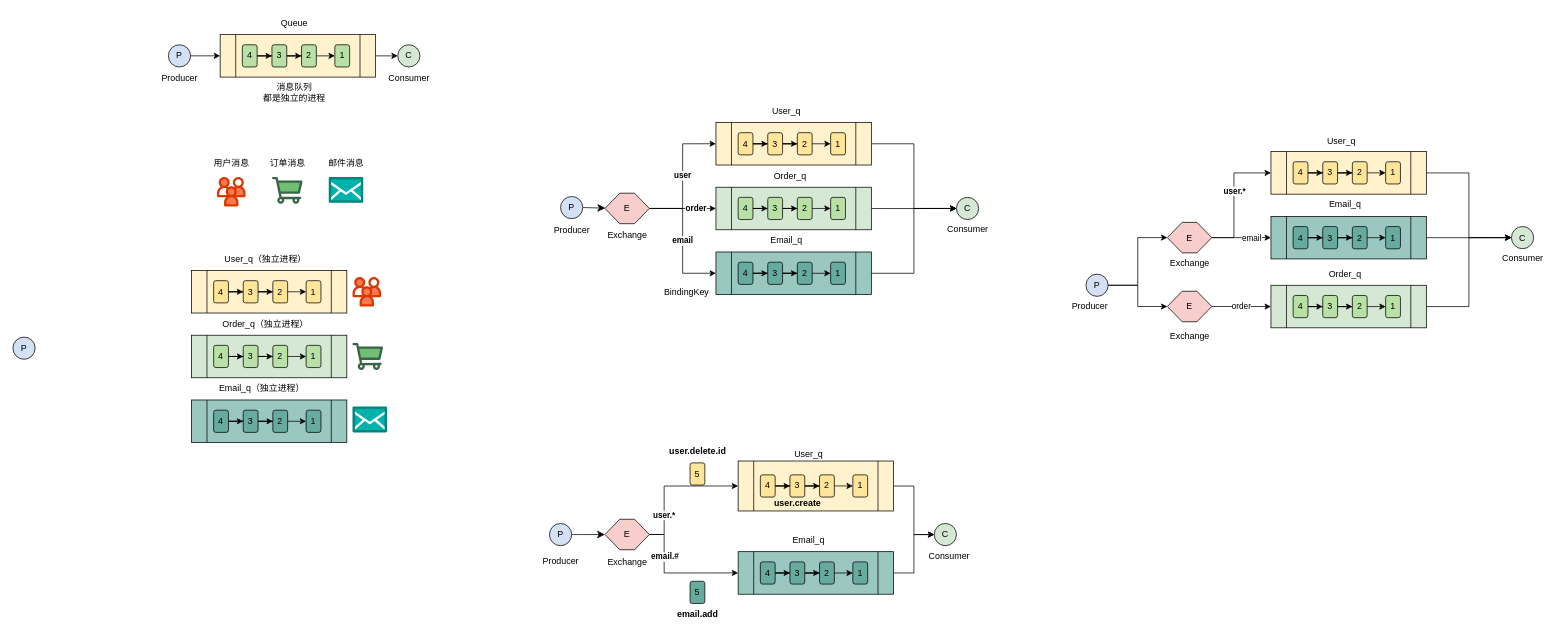
Above: Drawio/RabbitMQ.drawio in RainbowJier/RabbitMQ (draw.io), before the change. Source tidied: cells renumbered, new cells numbered last; positions are measured from the earlier drawing's top-left corner, leaving out a move shared by most shapes. Both pictures are drawn from the tidied source at 74%, with x=0, y=0 at pixel (13, 12).
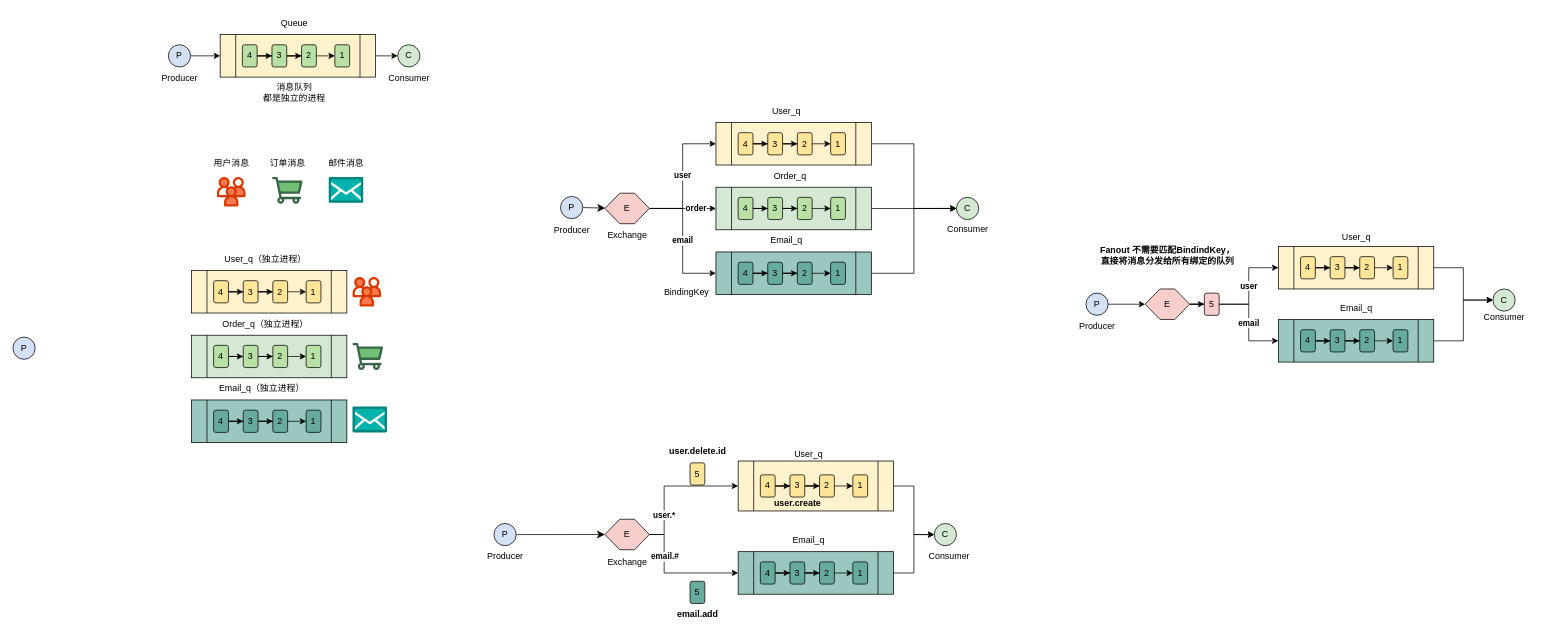
Above is the later version.

Unchanged cells that the change refers to:
```xml
<mxCell id="146" style="shape=process;whiteSpace=wrap;html=1;backgroundOutline=1;fillColor=#9AC7BF;" parent="145" vertex="1">
  <mxGeometry width="210" height="57.5" as="geometry" />
</mxCell>
```

What changed in the source:
```diff
@@
     <mxCell id="98" value="P" style="ellipse;whiteSpace=wrap;html=1;fillColor=#D4E1F5;" parent="1" vertex="1">
-      <mxGeometry x="725" y="690.9" width="30" height="30" as="geometry" />
+      <mxGeometry x="650" y="690.9" width="30" height="30" as="geometry" />
     </mxCell>
@@
     <mxCell id="105" value="Producer" style="text;html=1;align=center;verticalAlign=middle;strokeColor=none;fillColor=none;" parent="1" vertex="1">
-      <mxGeometry x="705" y="726.5" width="70" height="30" as="geometry" />
+      <mxGeometry x="630" y="720.9" width="70" height="30" as="geometry" />
     </mxCell>
@@
-    <mxCell id="112" style="shape=process;whiteSpace=wrap;html=1;backgroundOutline=1;fillColor=#FFF2CC;" parent="1" vertex="1">
-      <mxGeometry x="1700" y="188.4" width="210" height="57.5" as="geometry" />
-    </mxCell>
-    <mxCell id="113" style="edgeStyle=orthogonalEdgeStyle;rounded=0;jettySize=auto;html=1;" parent="1" edge="1" source="114" target="116">
-      <mxGeometry relative="1" as="geometry" />
-    </mxCell>
-    <mxCell id="114" value="4" style="rounded=1;whiteSpace=wrap;html=1;fillColor=#FFE599;" parent="1" vertex="1">
-      <mxGeometry x="1730" y="202.1" width="20" height="30" as="geometry" />
-    </mxCell>
-    <mxCell id="115" style="edgeStyle=orthogonalEdgeStyle;rounded=0;jettySize=auto;html=1;" parent="1" edge="1" source="116" target="118">
-      <mxGeometry relative="1" as="geometry" />
-    </mxCell>
-    <mxCell id="116" value="3" style="rounded=1;whiteSpace=wrap;html=1;fillColor=#FFE599;" parent="1" vertex="1">
-      <mxGeometry x="1770" y="202.1" width="20" height="30" as="geometry" />
-    </mxCell>
-    <mxCell id="117" style="edgeStyle=orthogonalEdgeStyle;rounded=0;orthogonalLoop=1;jettySize=auto;html=1;" parent="1" edge="1">
-      <mxGeometry relative="1" as="geometry">
-        <mxPoint x="1825" y="217.1" as="sourcePoint" />
-        <mxPoint x="1855" y="217.1" as="targetPoint" />
-      </mxGeometry>
-    </mxCell>
-    <mxCell id="118" value="2" style="rounded=1;whiteSpace=wrap;html=1;fillColor=#FFE599;" parent="1" vertex="1">
-      <mxGeometry x="1810" y="202.1" width="20" height="30" as="geometry" />
-    </mxCell>
-    <mxCell id="119" value="1" style="rounded=1;whiteSpace=wrap;html=1;fillColor=#FFE599;" parent="1" vertex="1">
-      <mxGeometry x="1855" y="202.1" width="20" height="30" as="geometry" />
-    </mxCell>
-    <mxCell id="120" style="edgeStyle=orthogonalEdgeStyle;rounded=0;jettySize=auto;html=1;entryX=0;entryY=0.5;entryDx=0;entryDy=0;" parent="1" edge="1" source="137" target="132">
-      <mxGeometry relative="1" as="geometry" />
-    </mxCell>
-    <mxCell id="121" value="Order_q" style="text;html=1;align=center;verticalAlign=middle;strokeColor=none;fillColor=none;" parent="1" vertex="1">
-      <mxGeometry x="1765" y="339" width="70" height="30" as="geometry" />
-    </mxCell>
@@
     <mxCell id="123" value="Email_q" style="text;html=1;align=center;verticalAlign=middle;strokeColor=none;fillColor=none;" parent="1" vertex="1">
-      <mxGeometry x="1765" y="244.6" width="70" height="30" as="geometry" />
+      <mxGeometry x="1780" y="385.3" width="70" height="30" as="geometry" />
     </mxCell>
-    <mxCell id="124" style="edgeStyle=orthogonalEdgeStyle;rounded=0;jettySize=auto;html=1;entryX=0;entryY=0.5;entryDx=0;entryDy=0;" parent="1" edge="1" source="126" target="155">
-      <mxGeometry relative="1" as="geometry" />
-    </mxCell>
-    <mxCell id="125" style="edgeStyle=orthogonalEdgeStyle;rounded=0;jettySize=auto;html=1;entryX=0;entryY=0.5;entryDx=0;entryDy=0;" parent="1" edge="1" source="126" target="131">
+    <mxCell id="125" style="edgeStyle=orthogonalEdgeStyle;rounded=0;jettySize=auto;html=1;" parent="1" edge="1" source="126" target="131">
       <mxGeometry relative="1" as="geometry" />
     </mxCell>
     <mxCell id="126" value="P" style="ellipse;whiteSpace=wrap;html=1;fillColor=#D4E1F5;" parent="1" vertex="1">
-      <mxGeometry x="1450" y="354" width="30" height="30" as="geometry" />
+      <mxGeometry x="1450" y="379.6" width="30" height="30" as="geometry" />
     </mxCell>
-    <mxCell id="127" style="edgeStyle=orthogonalEdgeStyle;rounded=0;jettySize=auto;html=1;entryX=0;entryY=0.5;entryDx=0;entryDy=0;fontStyle=1;" parent="1" edge="1" source="131" target="112">
-      <mxGeometry relative="1" as="geometry">
-        <Array as="points">
-          <mxPoint x="1650" y="305" />
-          <mxPoint x="1650" y="217" />
-        </Array>
-      </mxGeometry>
-    </mxCell>
-    <mxCell id="128" value="user.*" style="edgeLabel;html=1;align=center;verticalAlign=middle;fontStyle=1;" parent="127" vertex="1">
-      <mxGeometry x="0.11" y="1" relative="1" as="geometry">
-        <mxPoint x="1" as="offset" />
-      </mxGeometry>
-    </mxCell>
-    <mxCell id="129" style="edgeStyle=orthogonalEdgeStyle;rounded=0;jettySize=auto;html=1;entryX=0;entryY=0.5;entryDx=0;entryDy=0;fontStyle=1;" parent="1" edge="1" source="131" target="146">
-      <mxGeometry relative="1" as="geometry" />
-    </mxCell>
-    <mxCell id="130" value="email" style="edgeLabel;html=1;align=center;verticalAlign=middle;" parent="129" vertex="1">
-      <mxGeometry x="0.34" y="-3" relative="1" as="geometry">
-        <mxPoint y="-3" as="offset" />
-      </mxGeometry>
-    </mxCell>
+    <mxCell id="183" style="edgeStyle=orthogonalEdgeStyle;rounded=0;jettySize=auto;html=1;entryX=0;entryY=0.5;entryDx=0;entryDy=0;" parent="1" edge="1" source="131" target="185">
+      <mxGeometry relative="1" as="geometry" />
+    </mxCell>
     <mxCell id="131" value="E" style="shape=hexagon;perimeter=hexagonPerimeter2;whiteSpace=wrap;html=1;fixedSize=1;fillColor=#F8CECC;" parent="1" vertex="1">
-      <mxGeometry x="1560" y="284" width="60" height="41.2" as="geometry" />
+      <mxGeometry x="1530" y="374" width="60" height="41.2" as="geometry" />
     </mxCell>
     <mxCell id="132" value="C" style="ellipse;whiteSpace=wrap;html=1;fillColor=#D5E8D4;" parent="1" vertex="1">
-      <mxGeometry x="2025" y="289.6" width="30" height="30" as="geometry" />
+      <mxGeometry x="2000" y="374" width="30" height="30" as="geometry" />
     </mxCell>
     <mxCell id="133" value="Consumer" style="text;html=1;align=center;verticalAlign=middle;strokeColor=none;fillColor=none;" parent="1" vertex="1">
-      <mxGeometry x="2000" y="318.4" width="80" height="30" as="geometry" />
+      <mxGeometry x="1975" y="397.8" width="80" height="30" as="geometry" />
     </mxCell>
     <mxCell id="134" value="User_q" style="text;html=1;align=center;verticalAlign=middle;strokeColor=none;fillColor=none;" parent="1" vertex="1">
-      <mxGeometry x="1765" y="159" width="60" height="30" as="geometry" />
+      <mxGeometry x="1785" y="289" width="60" height="30" as="geometry" />
     </mxCell>
     <mxCell id="135" value="Producer" style="text;html=1;align=center;verticalAlign=middle;strokeColor=none;fillColor=none;" parent="1" vertex="1">
-      <mxGeometry x="1420" y="381.5" width="70" height="30" as="geometry" />
+      <mxGeometry x="1430" y="409.6" width="70" height="30" as="geometry" />
     </mxCell>
-    <mxCell id="136" style="group;" parent="1" vertex="1">
-      <mxGeometry x="1700" y="369" width="210" height="57.5" as="geometry" />
-    </mxCell>
-    <mxCell id="137" style="shape=process;whiteSpace=wrap;html=1;backgroundOutline=1;fillColor=#D5E8D4;" parent="136" vertex="1">
-      <mxGeometry width="210" height="57.5" as="geometry" />
-    </mxCell>
-    <mxCell id="138" style="edgeStyle=orthogonalEdgeStyle;rounded=0;jettySize=auto;html=1;" parent="136" edge="1" source="139" target="141">
-      <mxGeometry relative="1" as="geometry" />
-    </mxCell>
-    <mxCell id="139" value="4" style="rounded=1;whiteSpace=wrap;html=1;fillColor=#B9E0A5;" parent="136" vertex="1">
-      <mxGeometry x="30" y="13.8" width="20" height="30" as="geometry" />
-    </mxCell>
-    <mxCell id="140" style="edgeStyle=orthogonalEdgeStyle;rounded=0;jettySize=auto;html=1;" parent="136" edge="1" source="141" target="143">
-      <mxGeometry relative="1" as="geometry" />
-    </mxCell>
-    <mxCell id="141" value="3" style="rounded=1;whiteSpace=wrap;html=1;fillColor=#B9E0A5;" parent="136" vertex="1">
-      <mxGeometry x="70" y="13.8" width="20" height="30" as="geometry" />
-    </mxCell>
-    <mxCell id="142" style="edgeStyle=orthogonalEdgeStyle;rounded=0;orthogonalLoop=1;jettySize=auto;html=1;" parent="136" edge="1">
-      <mxGeometry relative="1" as="geometry">
-        <mxPoint x="125" y="28.8" as="sourcePoint" />
-        <mxPoint x="155" y="28.8" as="targetPoint" />
-      </mxGeometry>
-    </mxCell>
-    <mxCell id="143" value="2" style="rounded=1;whiteSpace=wrap;html=1;fillColor=#B9E0A5;" parent="136" vertex="1">
-      <mxGeometry x="110" y="13.8" width="20" height="30" as="geometry" />
-    </mxCell>
-    <mxCell id="144" value="1" style="rounded=1;whiteSpace=wrap;html=1;fillColor=#B9E0A5;" parent="136" vertex="1">
-      <mxGeometry x="155" y="13.8" width="20" height="30" as="geometry" />
-    </mxCell>
     <mxCell id="145" style="group;" parent="1" vertex="1">
-      <mxGeometry x="1700" y="275.9" width="210" height="57.5" as="geometry" />
+      <mxGeometry x="1710" y="415.3" width="210" height="57.5" as="geometry" />
     </mxCell>
@@
-    <mxCell id="154" value="order" style="edgeStyle=orthogonalEdgeStyle;rounded=0;jettySize=auto;html=1;entryX=0;entryY=0.5;entryDx=0;entryDy=0;" parent="1" edge="1" source="155" target="137">
-      <mxGeometry relative="1" as="geometry" />
-    </mxCell>
-    <mxCell id="155" value="E" style="shape=hexagon;perimeter=hexagonPerimeter2;whiteSpace=wrap;html=1;fixedSize=1;fillColor=#F8CECC;" parent="1" vertex="1">
-      <mxGeometry x="1560" y="377.1" width="60" height="41.2" as="geometry" />
-    </mxCell>
-    <mxCell id="156" value="Exchange" style="text;html=1;align=center;verticalAlign=middle;strokeColor=none;fillColor=none;" parent="1" vertex="1">
-      <mxGeometry x="1550" y="324" width="80" height="30" as="geometry" />
-    </mxCell>
-    <mxCell id="157" value="Exchange" style="text;html=1;align=center;verticalAlign=middle;strokeColor=none;fillColor=none;" parent="1" vertex="1">
-      <mxGeometry x="1550" y="422.8" width="80" height="30" as="geometry" />
-    </mxCell>
@@
+    <mxCell id="184" value="user" style="edgeStyle=orthogonalEdgeStyle;rounded=0;jettySize=auto;html=1;entryX=0;entryY=0.5;entryDx=0;entryDy=0;fontStyle=1;" parent="1" edge="1" source="185" target="112">
+      <mxGeometry relative="1" as="geometry" />
+    </mxCell>
+    <mxCell id="130" value="email" style="edgeStyle=orthogonalEdgeStyle;rounded=0;jettySize=auto;html=1;entryX=0;entryY=0.5;entryDx=0;entryDy=0;fontStyle=1;" parent="1" edge="1" source="185" target="146">
+      <mxGeometry relative="1" as="geometry" />
+    </mxCell>
+    <mxCell id="185" value="5" style="rounded=1;whiteSpace=wrap;html=1;fillColor=#F8CECC;" parent="1" vertex="1">
+      <mxGeometry x="1610" y="379.6" width="20" height="30" as="geometry" />
+    </mxCell>
+    <mxCell id="186" value="&lt;b&gt;Fanout 不需要匹配BindindKey，&lt;br&gt;直接将消息分发给所有绑定的队列&lt;/b&gt;" style="text;html=1;align=center;verticalAlign=middle;strokeColor=none;fillColor=none;" parent="1" vertex="1">
+      <mxGeometry x="1455" y="309" width="210" height="40" as="geometry" />
+    </mxCell>
+    <mxCell id="112" style="shape=process;whiteSpace=wrap;html=1;backgroundOutline=1;fillColor=#FFF2CC;" parent="1" vertex="1">
+      <mxGeometry x="1710" y="316.5" width="210" height="57.5" as="geometry" />
+    </mxCell>
+    <mxCell id="113" style="edgeStyle=orthogonalEdgeStyle;rounded=0;jettySize=auto;html=1;" parent="1" edge="1" source="114" target="116">
+      <mxGeometry relative="1" as="geometry" />
+    </mxCell>
+    <mxCell id="114" value="4" style="rounded=1;whiteSpace=wrap;html=1;fillColor=#FFE599;" parent="1" vertex="1">
+      <mxGeometry x="1740" y="330.3" width="20" height="30" as="geometry" />
+    </mxCell>
+    <mxCell id="115" style="edgeStyle=orthogonalEdgeStyle;rounded=0;jettySize=auto;html=1;" parent="1" edge="1" source="116" target="118">
+      <mxGeometry relative="1" as="geometry" />
+    </mxCell>
+    <mxCell id="116" value="3" style="rounded=1;whiteSpace=wrap;html=1;fillColor=#FFE599;" parent="1" vertex="1">
+      <mxGeometry x="1780" y="330.3" width="20" height="30" as="geometry" />
+    </mxCell>
+    <mxCell id="117" style="edgeStyle=orthogonalEdgeStyle;rounded=0;orthogonalLoop=1;jettySize=auto;html=1;" parent="1" edge="1">
+      <mxGeometry relative="1" as="geometry">
+        <mxPoint x="1835" y="345.3" as="sourcePoint" />
+        <mxPoint x="1865" y="345.3" as="targetPoint" />
+      </mxGeometry>
+    </mxCell>
+    <mxCell id="118" value="2" style="rounded=1;whiteSpace=wrap;html=1;fillColor=#FFE599;" parent="1" vertex="1">
+      <mxGeometry x="1820" y="330.3" width="20" height="30" as="geometry" />
+    </mxCell>
+    <mxCell id="119" value="1" style="rounded=1;whiteSpace=wrap;html=1;fillColor=#FFE599;" parent="1" vertex="1">
+      <mxGeometry x="1865" y="330.3" width="20" height="30" as="geometry" />
+    </mxCell>
```
